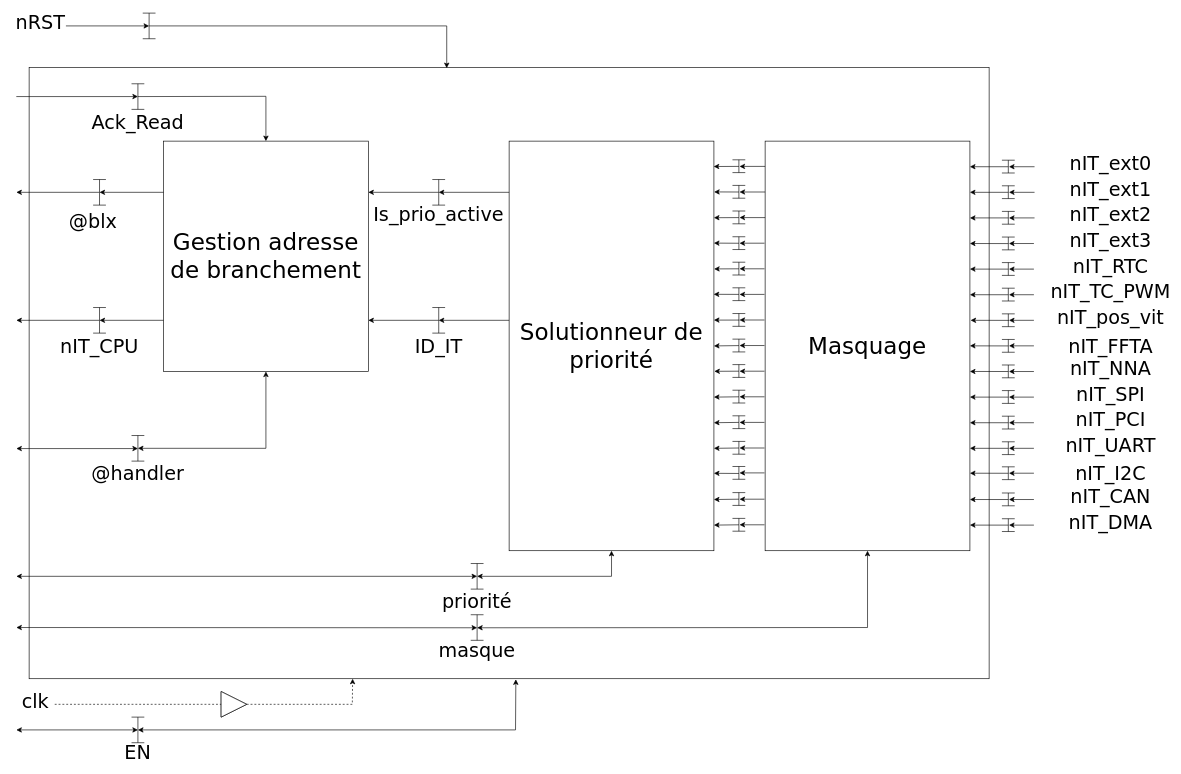
Earlier version of the draw.io diagram report/drawio/raffinage_traitement.drawio (FromagePatin/controller_IT). Source tidied: cells renumbered, new cells numbered last; positions are measured from the earlier drawing's top-left corner, leaving out a move shared by most shapes. Both pictures are drawn from the tidied source at 64%, with x=0, y=0 at pixel (16, 13).
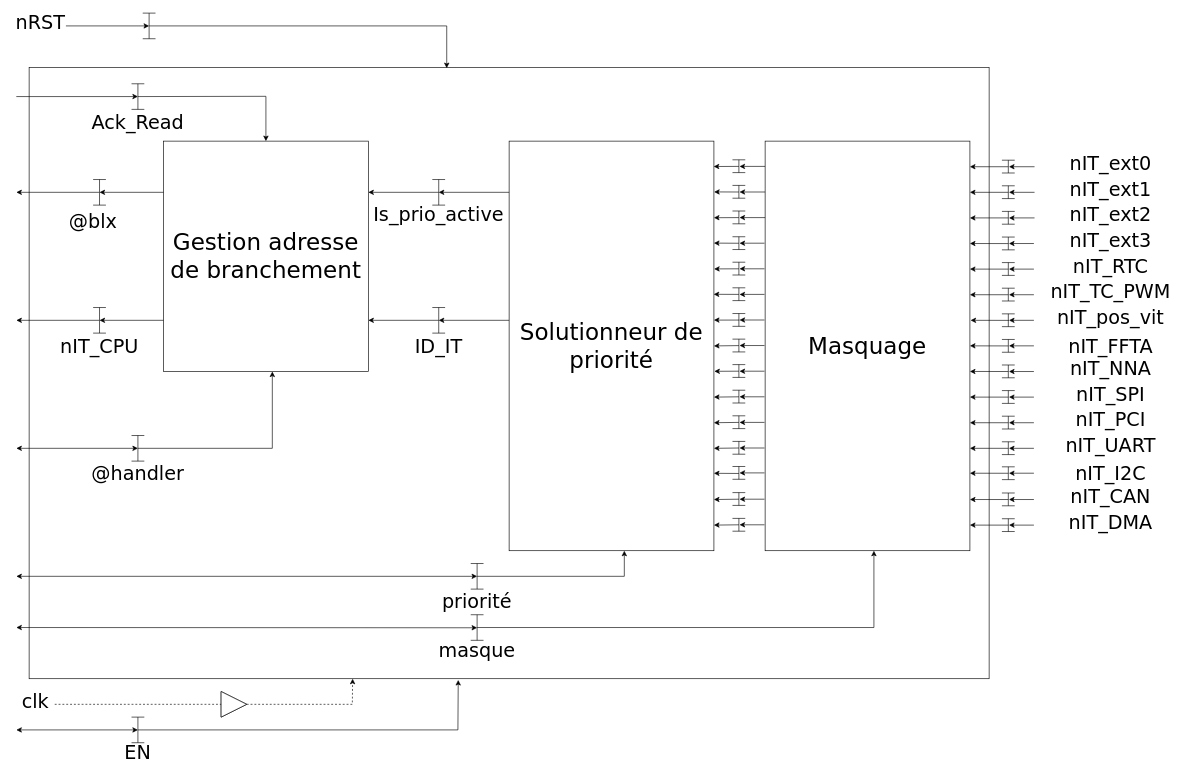
Above is the later version.

The change refers to these unchanged cells:
```xml
<mxCell id="2" style="rounded=0;whiteSpace=wrap;html=1;fontFamily=Verdana;fontSize=36;" parent="1" vertex="1">
  <mxGeometry x="20" y="85" width="1500" height="955" as="geometry" />
</mxCell>
<mxCell id="38" value="&lt;font style=&quot;font-size: 36px;&quot; face=&quot;Verdana&quot;&gt;Gestion adresse de branchement&lt;br&gt;&lt;/font&gt;" style="rounded=0;whiteSpace=wrap;html=1;" parent="1" vertex="1">
  <mxGeometry x="230" y="200" width="320" height="360" as="geometry" />
</mxCell>
<mxCell id="39" value="&lt;font style=&quot;font-size: 36px;&quot; face=&quot;Verdana&quot;&gt;Solutionneur de priorité&lt;br&gt;&lt;/font&gt;" style="rounded=0;whiteSpace=wrap;html=1;" parent="1" vertex="1">
  <mxGeometry x="770" y="200" width="320" height="640" as="geometry" />
</mxCell>
<mxCell id="40" value="&lt;font style=&quot;font-size: 36px;&quot; face=&quot;Verdana&quot;&gt;Masquage&lt;/font&gt;" style="rounded=0;whiteSpace=wrap;html=1;" parent="1" vertex="1">
  <mxGeometry x="1170" y="200" width="320" height="640" as="geometry" />
</mxCell>
```

What changed in the source:
```diff
@@
-    <mxCell id="21" style="endArrow=classic;startArrow=classic;html=1;rounded=0;fontFamily=Verdana;fontSize=36;fillColor=#FFFFFF;entryX=0.507;entryY=1.001;entryDx=0;entryDy=0;entryPerimeter=0;" parent="1" edge="1" target="2">
-      <mxGeometry relative="1" as="geometry">
-        <mxPoint x="190" y="1120" as="sourcePoint" />
-        <Array as="points">
-          <mxPoint x="780" y="1120" />
-        </Array>
-      </mxGeometry>
-    </mxCell>
-    <mxCell id="22" style="endArrow=classic;startArrow=classic;html=1;rounded=0;fontFamily=Verdana;fontSize=36;fillColor=#FFFFFF;" parent="1" edge="1">
-      <mxGeometry relative="1" as="geometry">
-        <mxPoint y="1120" as="sourcePoint" />
-        <mxPoint x="190" y="1120" as="targetPoint" />
-      </mxGeometry>
-    </mxCell>
-    <mxCell id="23" style="endArrow=classic;startArrow=classic;html=1;rounded=0;fontFamily=Verdana;fontSize=36;fillColor=#FFFFFF;entryX=0.5;entryY=1;entryDx=0;entryDy=0;" parent="1" edge="1" target="38">
-      <mxGeometry relative="1" as="geometry">
-        <mxPoint x="190" y="680" as="sourcePoint" />
-        <Array as="points">
-          <mxPoint x="390" y="680" />
-        </Array>
-      </mxGeometry>
-    </mxCell>
-    <mxCell id="24" style="endArrow=classic;startArrow=classic;html=1;rounded=0;fontFamily=Verdana;fontSize=36;fillColor=#FFFFFF;" parent="1" edge="1">
-      <mxGeometry relative="1" as="geometry">
-        <mxPoint y="680.4" as="sourcePoint" />
-        <mxPoint x="190" y="680.4" as="targetPoint" />
-      </mxGeometry>
-    </mxCell>
-    <mxCell id="25" style="endArrow=classic;startArrow=classic;html=1;rounded=0;fontFamily=Verdana;fontSize=36;fillColor=#FFFFFF;" parent="1" edge="1">
-      <mxGeometry relative="1" as="geometry">
-        <mxPoint y="880" as="sourcePoint" />
-        <mxPoint x="720" y="880" as="targetPoint" />
-      </mxGeometry>
-    </mxCell>
-    <mxCell id="26" style="endArrow=classic;startArrow=classic;html=1;rounded=0;fontFamily=Verdana;fontSize=36;fillColor=#FFFFFF;entryX=0.5;entryY=1;entryDx=0;entryDy=0;" parent="1" edge="1" target="39">
-      <mxGeometry relative="1" as="geometry">
-        <mxPoint x="720" y="880" as="sourcePoint" />
-        <Array as="points">
-          <mxPoint x="930" y="880" />
-        </Array>
-      </mxGeometry>
-    </mxCell>
@@
-    <mxCell id="222" style="endArrow=classic;startArrow=classic;html=1;rounded=0;fontFamily=Verdana;fontSize=36;fillColor=#FFFFFF;" parent="1" edge="1">
-      <mxGeometry relative="1" as="geometry">
-        <mxPoint y="960" as="sourcePoint" />
-        <mxPoint x="720" y="960.4" as="targetPoint" />
-      </mxGeometry>
-    </mxCell>
-    <mxCell id="223" style="endArrow=classic;startArrow=classic;html=1;rounded=0;fontFamily=Verdana;fontSize=36;fillColor=#FFFFFF;entryX=0.5;entryY=1;entryDx=0;entryDy=0;" parent="1" edge="1" target="40">
-      <mxGeometry relative="1" as="geometry">
-        <mxPoint x="720" y="960.4" as="sourcePoint" />
-        <Array as="points">
-          <mxPoint x="1330" y="960" />
-        </Array>
-      </mxGeometry>
-    </mxCell>
@@
+    <mxCell id="236" style="endArrow=classic;html=1;rounded=0;entryX=0.447;entryY=1.002;entryDx=0;entryDy=0;entryPerimeter=0;" parent="1" edge="1" target="2">
+      <mxGeometry relative="1" as="geometry">
+        <mxPoint x="190" y="1120" as="sourcePoint" />
+        <Array as="points">
+          <mxPoint x="690" y="1120" />
+        </Array>
+      </mxGeometry>
+    </mxCell>
+    <mxCell id="237" style="endArrow=classic;html=1;rounded=0;" parent="1" edge="1">
+      <mxGeometry relative="1" as="geometry">
+        <mxPoint x="190" y="680" as="sourcePoint" />
+        <mxPoint x="400" y="560" as="targetPoint" />
+        <Array as="points">
+          <mxPoint x="400" y="680" />
+        </Array>
+      </mxGeometry>
+    </mxCell>
+    <mxCell id="238" style="endArrow=classic;html=1;rounded=0;" parent="1" edge="1">
+      <mxGeometry relative="1" as="geometry">
+        <mxPoint x="720" y="880" as="sourcePoint" />
+        <mxPoint x="950" y="840" as="targetPoint" />
+        <Array as="points">
+          <mxPoint x="950" y="880" />
+        </Array>
+      </mxGeometry>
+    </mxCell>
+    <mxCell id="239" style="endArrow=classic;html=1;rounded=0;" parent="1" edge="1">
+      <mxGeometry relative="1" as="geometry">
+        <mxPoint x="720" y="960" as="sourcePoint" />
+        <mxPoint x="1340" y="840" as="targetPoint" />
+        <Array as="points">
+          <mxPoint x="1340" y="960" />
+        </Array>
+      </mxGeometry>
+    </mxCell>
+    <mxCell id="240" style="endArrow=classic;startArrow=classic;html=1;rounded=0;" parent="1" edge="1">
+      <mxGeometry relative="1" as="geometry">
+        <mxPoint y="1120" as="sourcePoint" />
+        <mxPoint x="190" y="1120" as="targetPoint" />
+      </mxGeometry>
+    </mxCell>
+    <mxCell id="241" style="endArrow=classic;startArrow=classic;html=1;rounded=0;" parent="1" edge="1">
+      <mxGeometry relative="1" as="geometry">
+        <mxPoint y="960" as="sourcePoint" />
+        <mxPoint x="720" y="960.4" as="targetPoint" />
+      </mxGeometry>
+    </mxCell>
+    <mxCell id="242" style="endArrow=classic;startArrow=classic;html=1;rounded=0;" parent="1" edge="1">
+      <mxGeometry relative="1" as="geometry">
+        <mxPoint y="880" as="sourcePoint" />
+        <mxPoint x="720" y="880" as="targetPoint" />
+      </mxGeometry>
+    </mxCell>
+    <mxCell id="243" style="endArrow=classic;startArrow=classic;html=1;rounded=0;" parent="1" edge="1">
+      <mxGeometry relative="1" as="geometry">
+        <mxPoint y="680" as="sourcePoint" />
+        <mxPoint x="190" y="680" as="targetPoint" />
+      </mxGeometry>
+    </mxCell>
```
